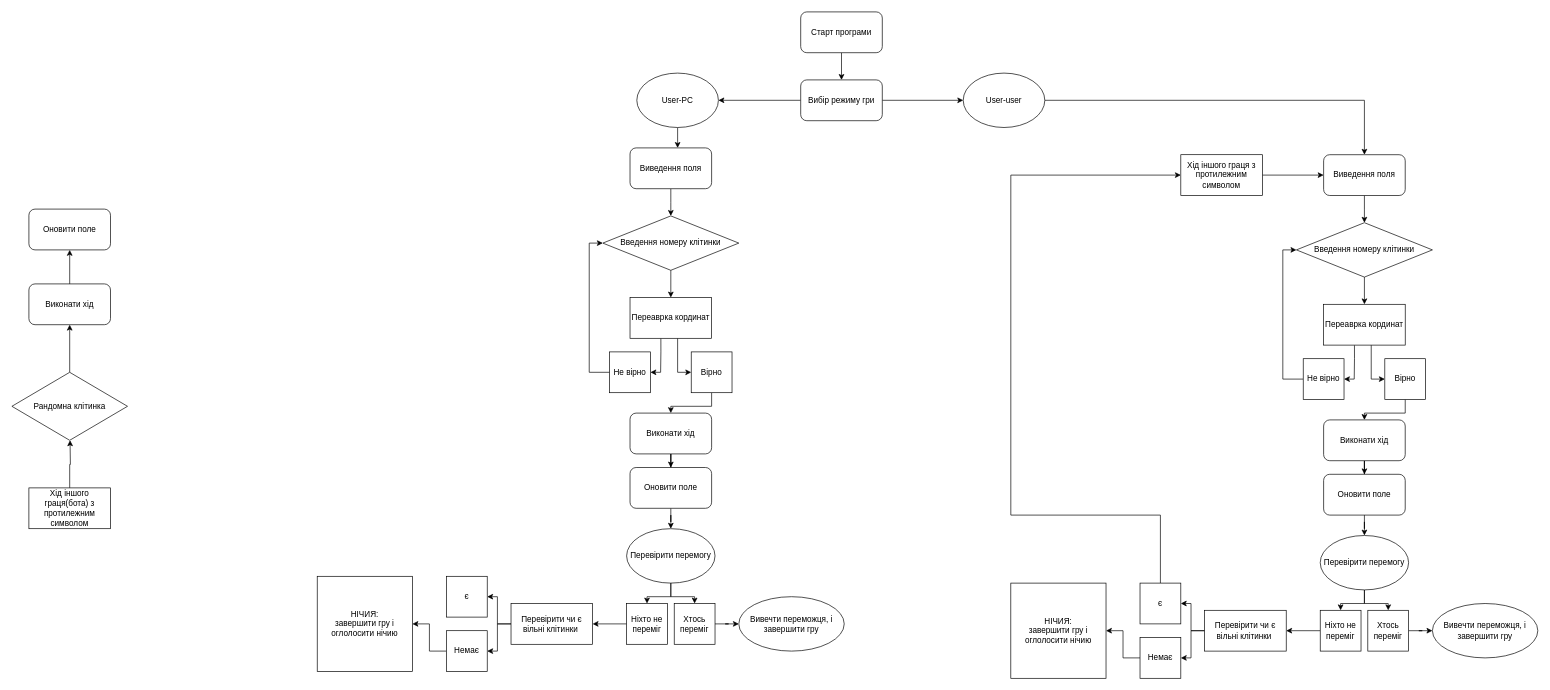
Earlier version of the draw.io diagram Діаграма без назви.drawio (SombreEm/alpha). Source tidied: cells renumbered, new cells numbered last; positions are measured from the earlier drawing's top-left corner, leaving out a move shared by most shapes. Both pictures are drawn from the tidied source at 68%, with x=0, y=0 at pixel (12, 12).
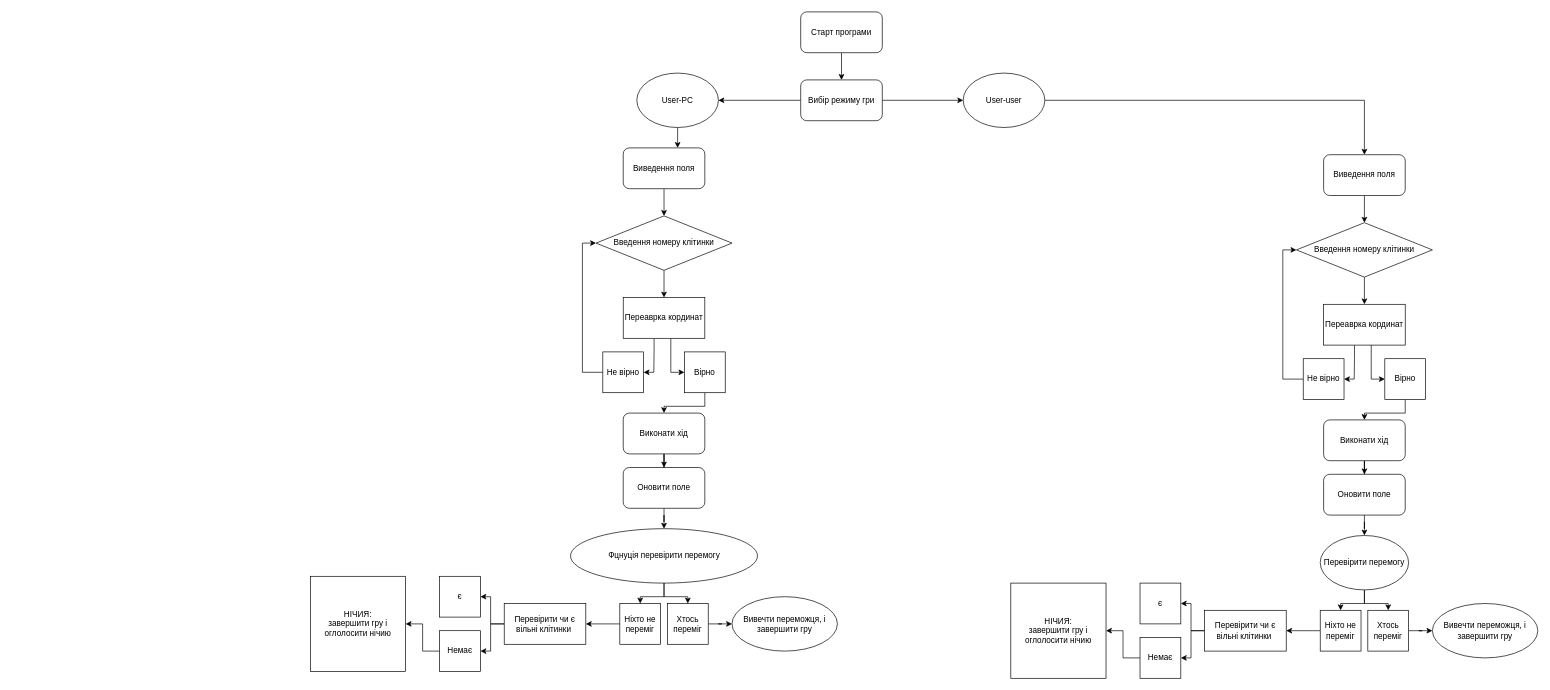
After the change.

Unchanged cells that the change refers to:
```xml
<mxCell id="5" value="Виведення поля" style="rounded=1;whiteSpace=wrap;html=1;" parent="1" vertex="1">
  <mxGeometry x="1929" y="210" width="120" height="60" as="geometry" />
</mxCell>
<mxCell id="38" value="є" style="rounded=0;whiteSpace=wrap;html=1;" parent="1" vertex="1">
  <mxGeometry x="1659" y="840" width="60" height="60" as="geometry" />
</mxCell>
```

Diff of the diagram source:
```diff
@@
-    <mxCell id="37" style="edgeStyle=orthogonalEdgeStyle;rounded=0;jettySize=auto;html=1;exitX=0.5;exitY=0;exitDx=0;exitDy=0;" parent="1" edge="1" source="38">
-      <mxGeometry relative="1" as="geometry">
-        <mxPoint x="1719" y="240" as="targetPoint" />
-        <Array as="points">
-          <mxPoint x="1689" y="740" />
-          <mxPoint x="1469" y="740" />
-        </Array>
-      </mxGeometry>
-    </mxCell>
@@
-    <mxCell id="42" style="edgeStyle=orthogonalEdgeStyle;rounded=0;jettySize=auto;html=1;exitX=1;exitY=0.5;exitDx=0;exitDy=0;entryX=0;entryY=0.5;entryDx=0;entryDy=0;" parent="1" edge="1" source="43" target="5">
-      <mxGeometry relative="1" as="geometry" />
-    </mxCell>
-    <mxCell id="43" value="Хід іншого граця з протилежним символом" style="rounded=0;whiteSpace=wrap;html=1;" parent="1" vertex="1">
-      <mxGeometry x="1719" y="210" width="120" height="60" as="geometry" />
-    </mxCell>
     <mxCell id="44" style="edgeStyle=orthogonalEdgeStyle;rounded=0;jettySize=auto;html=1;entryX=0.5;entryY=0;entryDx=0;entryDy=0;" parent="1" edge="1" source="45">
       <mxGeometry relative="1" as="geometry">
-        <mxPoint x="969" y="300" as="targetPoint" />
+        <mxPoint x="959" y="300" as="targetPoint" />
       </mxGeometry>
     </mxCell>
     <mxCell id="45" value="Виведення поля" style="rounded=1;whiteSpace=wrap;html=1;" parent="1" vertex="1">
-      <mxGeometry x="909" y="200" width="120" height="60" as="geometry" />
+      <mxGeometry x="899" y="200" width="120" height="60" as="geometry" />
     </mxCell>
     <mxCell id="46" value="Введення номеру клітинки" style="rhombus;whiteSpace=wrap;html=1;" parent="1" vertex="1">
-      <mxGeometry x="869" y="300" width="200" height="80" as="geometry" />
+      <mxGeometry x="859" y="300" width="200" height="80" as="geometry" />
     </mxCell>
@@
     <mxCell id="48" style="edgeStyle=orthogonalEdgeStyle;rounded=0;jettySize=auto;html=1;entryX=1;entryY=0.5;entryDx=0;entryDy=0;exitX=0.378;exitY=1.004;exitDx=0;exitDy=0;exitPerimeter=0;" parent="1" edge="1" source="50" target="54">
       <mxGeometry relative="1" as="geometry">
         <Array as="points">
-          <mxPoint x="954" y="500" />
-          <mxPoint x="954" y="530" />
+          <mxPoint x="944" y="500" />
+          <mxPoint x="944" y="530" />
         </Array>
       </mxGeometry>
     </mxCell>
     <mxCell id="49" style="edgeStyle=orthogonalEdgeStyle;rounded=0;jettySize=auto;html=1;entryX=0;entryY=0.5;entryDx=0;entryDy=0;" parent="1" edge="1" source="50" target="52">
       <mxGeometry relative="1" as="geometry">
         <Array as="points">
-          <mxPoint x="979" y="530" />
+          <mxPoint x="969" y="530" />
         </Array>
       </mxGeometry>
     </mxCell>
     <mxCell id="50" value="Переаврка кординат" style="rounded=0;whiteSpace=wrap;html=1;" parent="1" vertex="1">
-      <mxGeometry x="909" y="420" width="120" height="60" as="geometry" />
+      <mxGeometry x="899" y="420" width="120" height="60" as="geometry" />
     </mxCell>
     <mxCell id="51" style="edgeStyle=orthogonalEdgeStyle;rounded=0;jettySize=auto;html=1;entryX=0.5;entryY=0;entryDx=0;entryDy=0;" parent="1" edge="1" source="52" target="56">
       <mxGeometry relative="1" as="geometry">
         <Array as="points">
-          <mxPoint x="1029" y="580" />
-          <mxPoint x="969" y="580" />
+          <mxPoint x="1019" y="580" />
+          <mxPoint x="959" y="580" />
         </Array>
       </mxGeometry>
     </mxCell>
     <mxCell id="52" value="Вірно" style="rounded=0;whiteSpace=wrap;html=1;" parent="1" vertex="1">
-      <mxGeometry x="999" y="500" width="60" height="60" as="geometry" />
+      <mxGeometry x="989" y="500" width="60" height="60" as="geometry" />
     </mxCell>
     <mxCell id="53" style="edgeStyle=orthogonalEdgeStyle;rounded=0;jettySize=auto;html=1;entryX=0;entryY=0.5;entryDx=0;entryDy=0;" parent="1" edge="1" source="54" target="46">
       <mxGeometry relative="1" as="geometry">
         <Array as="points">
-          <mxPoint x="849" y="530" />
-          <mxPoint x="849" y="340" />
+          <mxPoint x="839" y="530" />
+          <mxPoint x="839" y="340" />
         </Array>
       </mxGeometry>
     </mxCell>
     <mxCell id="54" value="Не вірно" style="rounded=0;whiteSpace=wrap;html=1;" parent="1" vertex="1">
-      <mxGeometry x="879" y="500" width="60" height="60" as="geometry" />
+      <mxGeometry x="869" y="500" width="60" height="60" as="geometry" />
     </mxCell>
@@
     <mxCell id="56" value="Виконати хід" style="rounded=1;whiteSpace=wrap;html=1;" parent="1" vertex="1">
-      <mxGeometry x="909" y="590" width="120" height="60" as="geometry" />
+      <mxGeometry x="899" y="590" width="120" height="60" as="geometry" />
     </mxCell>
@@
     <mxCell id="58" value="Оновити поле" style="rounded=1;whiteSpace=wrap;html=1;" parent="1" vertex="1">
-      <mxGeometry x="909" y="670" width="120" height="60" as="geometry" />
+      <mxGeometry x="899" y="670" width="120" height="60" as="geometry" />
     </mxCell>
@@
-    <mxCell id="61" value="Перевірити перемогу" style="ellipse;whiteSpace=wrap;html=1;rounded=1;" parent="1" vertex="1">
-      <mxGeometry x="904" y="760" width="130" height="80" as="geometry" />
+    <mxCell id="61" value="Фцнуція перевірити перемогу" style="ellipse;whiteSpace=wrap;html=1;rounded=1;" parent="1" vertex="1">
+      <mxGeometry x="821.5" y="760" width="275" height="80" as="geometry" />
     </mxCell>
@@
     <mxCell id="63" value="Хтось переміг" style="rounded=0;whiteSpace=wrap;html=1;" parent="1" vertex="1">
-      <mxGeometry x="974" y="870" width="60" height="60" as="geometry" />
+      <mxGeometry x="964" y="870" width="60" height="60" as="geometry" />
     </mxCell>
@@
     <mxCell id="65" value="Ніхто не переміг" style="rounded=0;whiteSpace=wrap;html=1;" parent="1" vertex="1">
-      <mxGeometry x="904" y="870" width="60" height="60" as="geometry" />
+      <mxGeometry x="894" y="870" width="60" height="60" as="geometry" />
     </mxCell>
     <mxCell id="66" value="Вивечти переможця, і завершити гру" style="ellipse;whiteSpace=wrap;html=1;rounded=0;" parent="1" vertex="1">
-      <mxGeometry x="1069" y="860" width="155" height="80" as="geometry" />
+      <mxGeometry x="1059" y="860" width="155" height="80" as="geometry" />
     </mxCell>
@@
     <mxCell id="69" value="Перевірити чи є вільні клітинки&amp;nbsp;" style="whiteSpace=wrap;html=1;rounded=0;" parent="1" vertex="1">
-      <mxGeometry x="734" y="870" width="120" height="60" as="geometry" />
+      <mxGeometry x="724" y="870" width="120" height="60" as="geometry" />
     </mxCell>
     <mxCell id="70" value="є" style="rounded=0;whiteSpace=wrap;html=1;" parent="1" vertex="1">
-      <mxGeometry x="639" y="830" width="60" height="60" as="geometry" />
+      <mxGeometry x="629" y="830" width="60" height="60" as="geometry" />
     </mxCell>
@@
     <mxCell id="72" value="Немає" style="rounded=0;whiteSpace=wrap;html=1;" parent="1" vertex="1">
-      <mxGeometry x="639" y="910" width="60" height="60" as="geometry" />
+      <mxGeometry x="629" y="910" width="60" height="60" as="geometry" />
     </mxCell>
     <mxCell id="73" value="НІЧИЯ:&lt;br&gt;завершити гру і оглолосити нічию" style="whiteSpace=wrap;html=1;" parent="1" vertex="1">
-      <mxGeometry x="449" y="830" width="140" height="140" as="geometry" />
+      <mxGeometry x="439" y="830" width="140" height="140" as="geometry" />
     </mxCell>
-    <mxCell id="74" style="edgeStyle=orthogonalEdgeStyle;rounded=0;jettySize=auto;html=1;exitX=0.5;exitY=0;exitDx=0;exitDy=0;" parent="1" edge="1" source="75">
-      <mxGeometry relative="1" as="geometry">
-        <mxPoint x="85.5" y="630" as="targetPoint" />
-      </mxGeometry>
-    </mxCell>
-    <mxCell id="75" value="Хід іншого граця(бота) з протилежним символом" style="rounded=0;whiteSpace=wrap;html=1;" parent="1" vertex="1">
-      <mxGeometry x="25" y="700" width="120" height="60" as="geometry" />
-    </mxCell>
-    <mxCell id="76" style="edgeStyle=orthogonalEdgeStyle;rounded=0;jettySize=auto;html=1;exitX=0.5;exitY=0;exitDx=0;exitDy=0;entryX=0.5;entryY=1;entryDx=0;entryDy=0;" parent="1" edge="1" source="77" target="79">
-      <mxGeometry relative="1" as="geometry" />
-    </mxCell>
-    <mxCell id="77" value="Рандомна клітинка" style="rhombus;whiteSpace=wrap;html=1;" parent="1" vertex="1">
-      <mxGeometry y="530" width="170" height="100" as="geometry" />
-    </mxCell>
-    <mxCell id="78" style="edgeStyle=orthogonalEdgeStyle;rounded=0;jettySize=auto;html=1;exitX=0.5;exitY=0;exitDx=0;exitDy=0;entryX=0.5;entryY=1;entryDx=0;entryDy=0;" parent="1" edge="1" source="79" target="80">
-      <mxGeometry relative="1" as="geometry" />
-    </mxCell>
-    <mxCell id="79" value="Виконати хід" style="rounded=1;whiteSpace=wrap;html=1;" parent="1" vertex="1">
-      <mxGeometry x="25" y="400" width="120" height="60" as="geometry" />
-    </mxCell>
-    <mxCell id="80" value="Оновити поле" style="rounded=1;whiteSpace=wrap;html=1;" parent="1" vertex="1">
-      <mxGeometry x="25" y="290" width="120" height="60" as="geometry" />
-    </mxCell>
```
